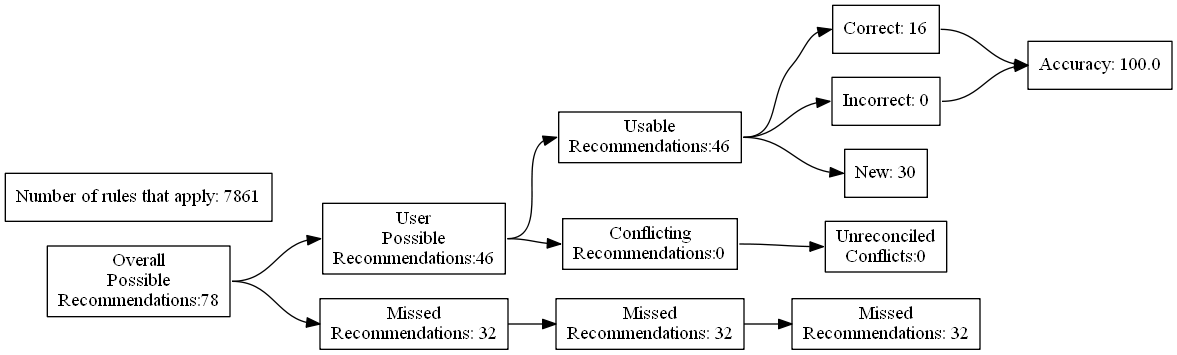
This is test_renders/13.gv.png from ZaxR/ibd_diet_analysis, a Graphviz export, as it was before one commit. Its source is kept beside it as test_renders/13.gv.
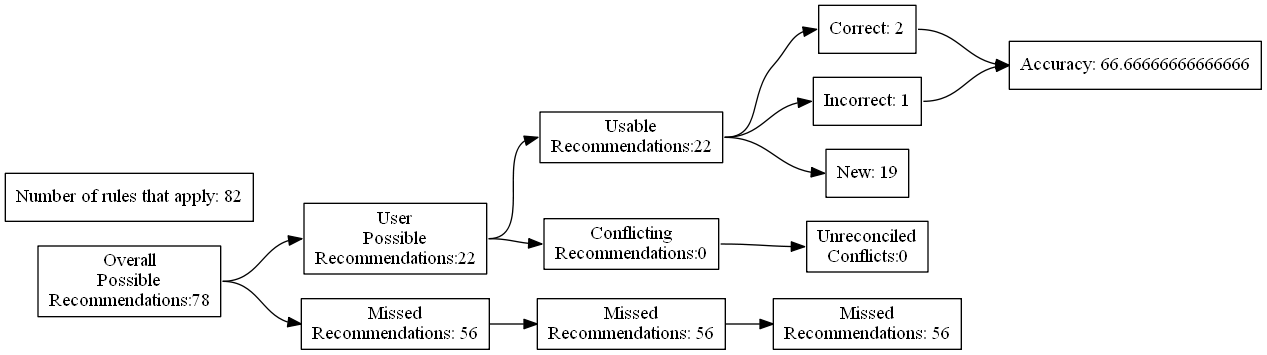
Later version of the same file.

The edit, as a diff of the source:
```diff
@@ -7,24 +7,24 @@
 Recommendations:78"]
 		B [label="User
 Possible
-Recommendations:46"]
+Recommendations:22"]
 		C [label="Missed
-Recommendations: 32"]
+Recommendations: 56"]
 		D [label="Usable
-Recommendations:46"]
+Recommendations:22"]
 		E [label="Conflicting
 Recommendations:0"]
 		J [label="Missed
-Recommendations: 32"]
+Recommendations: 56"]
 		M [label="Unreconciled
 Conflicts:0"]
-		F [label="Correct: 16"]
-		G [label="Incorrect: 0"]
-		H [label="New: 30"]
+		F [label="Correct: 2"]
+		G [label="Incorrect: 1"]
+		H [label="New: 19"]
 		K [label="Missed
-Recommendations: 32"]
-		I [label="Accuracy: 100.0"]
-		l [label="Number of rules that apply: 7861"]
+Recommendations: 56"]
+		I [label="Accuracy: 66.66666666666666"]
+		l [label="Number of rules that apply: 82"]
 			A -> B
 			A -> C
 			B -> D
```
